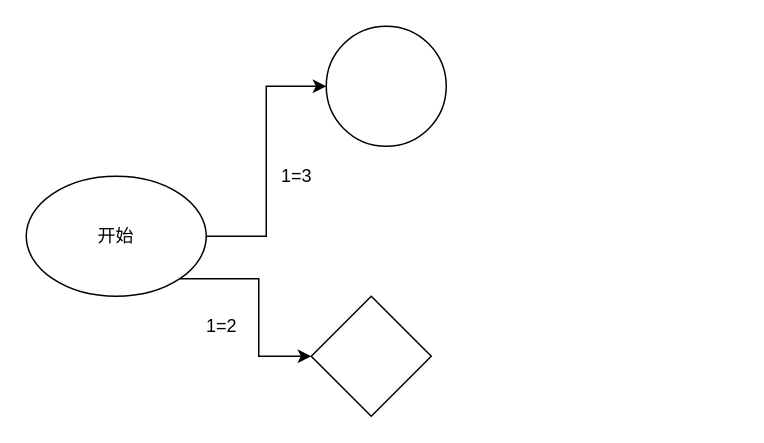
Above: Untitled Diagram.drawio in CSAlbert/drawio (draw.io), before the change. Source tidied: cells renumbered, new cells numbered last; positions are measured from the earlier drawing's top-left corner, leaving out a move shared by most shapes. Both pictures are drawn from the tidied source at 150%, with x=0, y=0 at pixel (26, 26).
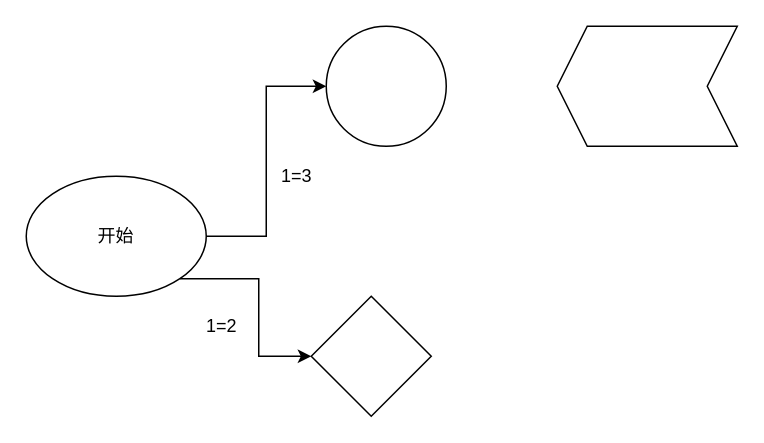
After the change.

What changed in the source:
```diff
@@
 <mxGraphModel>
   <root>
     <mxCell id="0" />
     <mxCell id="1" parent="0" />
     <mxCell id="2" style="edgeStyle=orthogonalEdgeStyle;rounded=0;jettySize=auto;html=1;exitX=1;exitY=0.5;exitDx=0;exitDy=0;entryX=0;entryY=0.5;entryDx=0;entryDy=0;" parent="1" edge="1" source="4" target="5">
       <mxGeometry relative="1" as="geometry" />
     </mxCell>
     <mxCell id="3" style="edgeStyle=orthogonalEdgeStyle;rounded=0;jettySize=auto;html=1;exitX=1;exitY=1;exitDx=0;exitDy=0;" parent="1" edge="1" source="4" target="7">
       <mxGeometry relative="1" as="geometry" />
     </mxCell>
     <mxCell id="4" value="开始" style="ellipse;whiteSpace=wrap;html=1;" parent="1" vertex="1">
       <mxGeometry y="100" width="120" height="80" as="geometry" />
     </mxCell>
     <mxCell id="5" style="ellipse;whiteSpace=wrap;html=1;" parent="1" vertex="1">
       <mxGeometry x="200" width="80" height="80" as="geometry" />
     </mxCell>
     <mxCell id="6" value="1=3" style="text;html=1;align=center;verticalAlign=middle;strokeColor=none;" parent="1" vertex="1">
       <mxGeometry x="160" y="90" width="40" height="20" as="geometry" />
     </mxCell>
     <mxCell id="7" style="rhombus;whiteSpace=wrap;html=1;" parent="1" vertex="1">
       <mxGeometry x="190" y="180" width="80" height="80" as="geometry" />
     </mxCell>
     <mxCell id="8" value="1=2" style="text;html=1;align=center;verticalAlign=middle;strokeColor=none;" parent="1" vertex="1">
       <mxGeometry x="110" y="190" width="40" height="20" as="geometry" />
     </mxCell>
+    <mxCell id="9" style="shape=step;perimeter=stepPerimeter;whiteSpace=wrap;html=1;fixedSize=1;direction=west;" parent="1" vertex="1">
+      <mxGeometry x="354" width="120" height="80" as="geometry" />
+    </mxCell>
   </root>
 </mxGraphModel>
```
